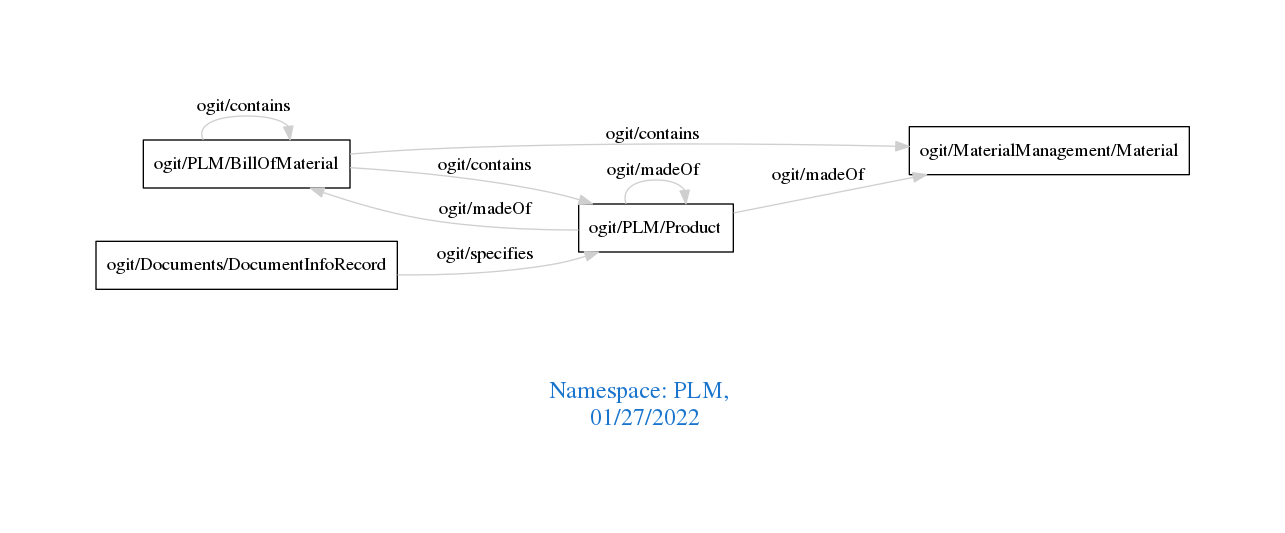
arago/OGIT keeps this Graphviz diagram as downloads/PLM.png. Above is the earlier version. Its source is kept beside it as downloads/PLM.dot.
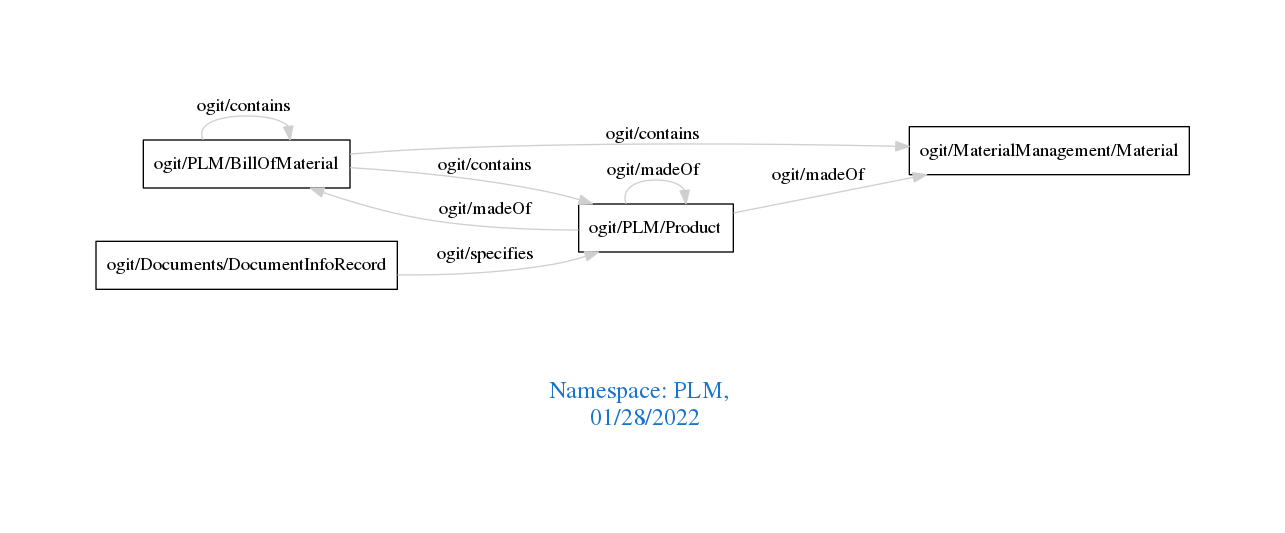
After the commit.

Change to the diagram source:
```diff
@@ -1,7 +1,7 @@
 digraph OGIT_ontology {
  graph [ rankdir= LR,pad=1
 fontsize = 18,
-fontcolor= dodgerblue3,label = "\n\n\nNamespace: PLM, \n 01/27/2022"];
+fontcolor= dodgerblue3,label = "\n\n\nNamespace: PLM, \n 01/28/2022"];
 node[shape=polygon];
 edge [  color="gray81"];
 
```
